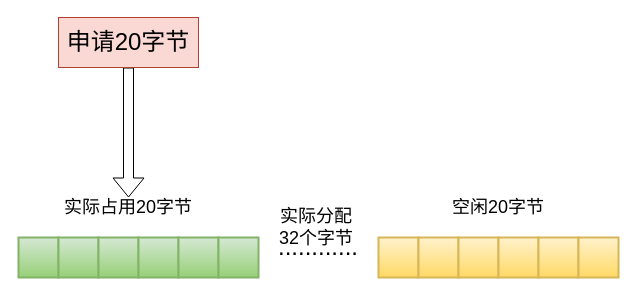
Before: page "第 3 页" (3 of 6) of Redis内存清理/1.drawio in chenjiabing666/BlogImage, a draw.io diagram. Source tidied: cells renumbered, new cells numbered last; positions are measured from the earlier drawing's top-left corner, leaving out a move shared by most shapes. Both pictures are drawn from the tidied source at 100%, with x=0, y=0 at pixel (18, 17).
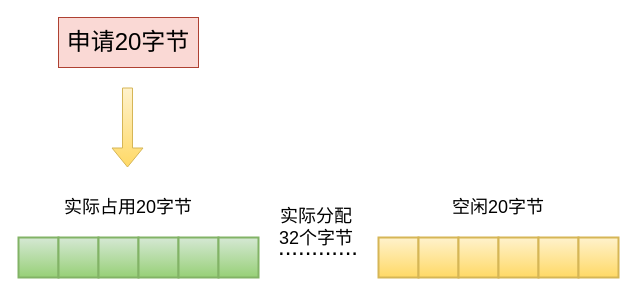
Above is the later version.

The change refers to these unchanged cells:
```xml
<mxCell id="17" value="&lt;span style=&quot;font-size: 18px&quot;&gt;实际占用20字节&lt;/span&gt;" style="text;html=1;strokeColor=none;fillColor=none;align=center;verticalAlign=middle;whiteSpace=wrap;rounded=0;" parent="1" vertex="1">
  <mxGeometry x="40" y="180" width="140" height="20" as="geometry" />
</mxCell>
<mxCell id="19" value="&lt;font style=&quot;font-size: 24px&quot;&gt;申请20字节&lt;/font&gt;" style="text;html=1;strokeColor=#ae4132;fillColor=#fad9d5;align=center;verticalAlign=middle;whiteSpace=wrap;rounded=0;" parent="1" vertex="1">
  <mxGeometry x="40" width="140" height="50" as="geometry" />
</mxCell>
```

What changed in the source:
```diff
@@
-    <mxCell id="18" style="edgeStyle=orthogonalEdgeStyle;shape=flexArrow;rounded=0;jettySize=auto;html=1;" parent="1" edge="1" source="19" target="17">
-      <mxGeometry relative="1" as="geometry" />
-    </mxCell>
@@
+    <mxCell id="20" style="shape=flexArrow;endArrow=classic;html=1;gradientColor=#ffd966;fillColor=#fff2cc;strokeColor=#d6b656;" parent="1" edge="1">
+      <mxGeometry relative="1" as="geometry">
+        <mxPoint x="109" y="70" as="sourcePoint" />
+        <mxPoint x="109" y="150" as="targetPoint" />
+      </mxGeometry>
+    </mxCell>
```
